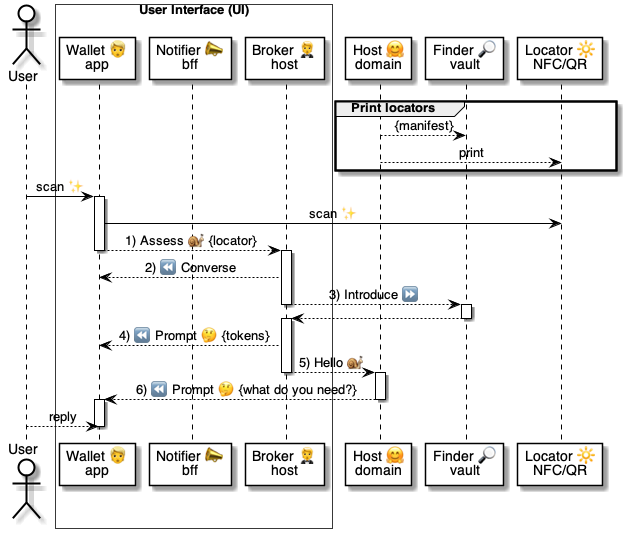
The PlantUML diagram 5 ⏩ Flows/90 🧑‍🦰👉 Wallets/15 👉🔆 Locators/.📎 Assets/⚙️🤗 Host QR.png in pollyweb-org/pollyweb-docs, before a commit. Its source is kept beside it as 5 ⏩ Flows/90 🧑‍🦰👉 Wallets/15 👉🔆 Locators/.📎 Assets/⚙️🤗 Host QR.puml.
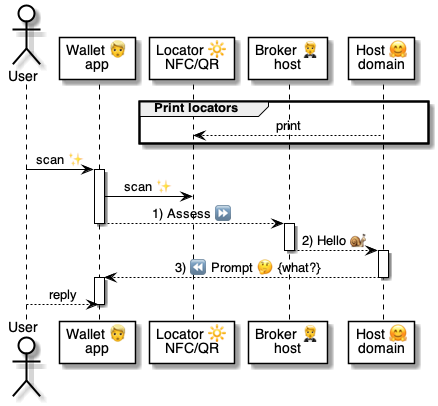
After the change.

What changed in the source:
```diff
@@ -1,20 +1,13 @@
 @startuml 👉 Host NFC-QR check-in
 
 actor User as user
-
-box "User Interface (UI)"  #FFFFFF
-  participant "Wallet 👱\napp" as wallet
-  participant "Notifier 📣\nbff" as notifier
-  participant "Broker 🤵\nhost" as broker
-end box
-
+participant "Wallet 👱\napp" as wallet
+participant "Locator 🔆\nNFC/QR" as qr
+participant "Broker 🤵\nhost" as broker
 participant "Host 🤗\ndomain" as host
-participant "Finder 🔎\nvault" as finder
-participant "Locator 🔆\nNFC/QR" as qr
 
 
 group Print locators
-    host --> finder: {manifest}
     host --> qr: print
 end group
 
@@ -22,29 +15,15 @@
 
 activate wallet
     wallet -> qr: scan ✨
-    wallet --> broker: 1) Assess 🐌 {locator}
+    wallet --> broker: 1) Assess ⏩
 deactivate wallet
 
 activate broker
-
-
-        broker --> wallet: 2) ⏪ Converse
-
-
-        broker --> finder: 3) Introduce ⏩
-        deactivate broker
-            activate finder
-               finder --> broker
-            deactivate finder
-        activate broker
-
-
-    broker --> wallet: 4) ⏪ Prompt 🤔 {tokens}
-    broker --> host:  5) Hello 🐌
+    broker --> host:  2) Hello 🐌
 deactivate broker
 
 activate host
-    host --> wallet: 6) ⏪ Prompt 🤔 {what do you need?}
+    host --> wallet: 3) ⏪ Prompt 🤔 {what?}
 deactivate host
 
 activate wallet
```
